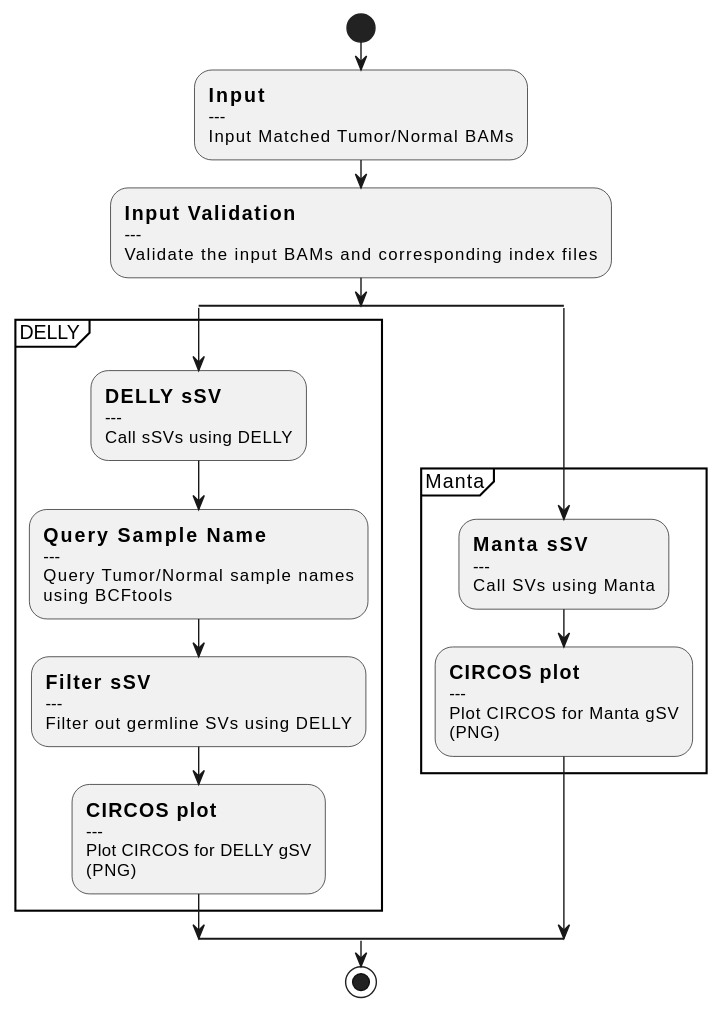
Earlier version of the PlantUML export docs/call-sSV.svg (uclahs-cds/pipeline-call-sSV).
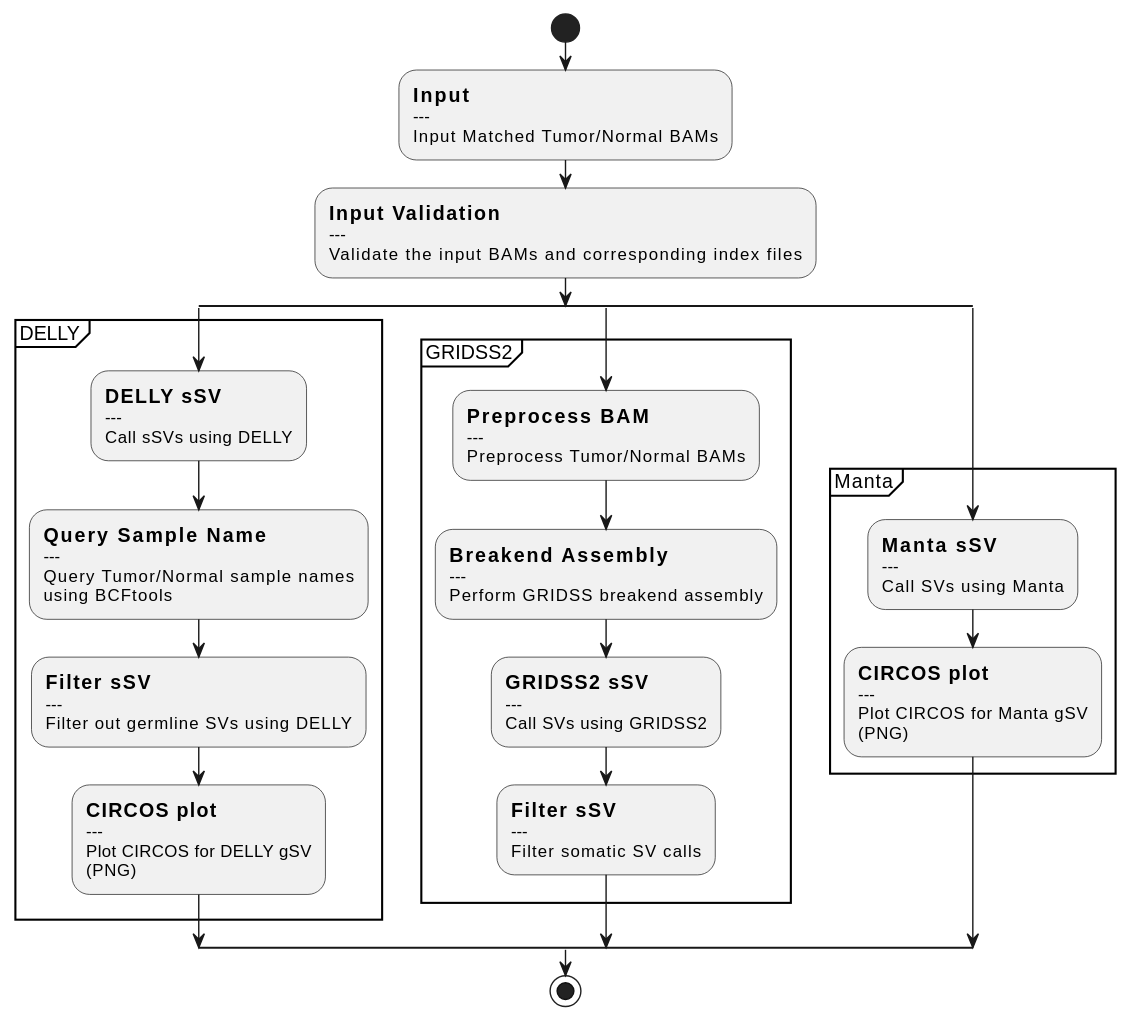
Above is the later version.

What changed in the source:
```diff
@@ -29,6 +29,22 @@
     }
 
 split again
+partition "GRIDSS2" {
+    :==Preprocess BAM
+    ---
+    Preprocess Tumor/Normal BAMs;
+    :==Breakend Assembly
+    ---
+    Perform GRIDSS breakend assembly;
+    :==GRIDSS2 sSV
+    ---
+    Call SVs using GRIDSS2;
+    :==Filter sSV
+    ---
+    Filter somatic SV calls;
+    }
+
+split again
 partition "Manta" {
     :==Manta sSV
     ---
```
